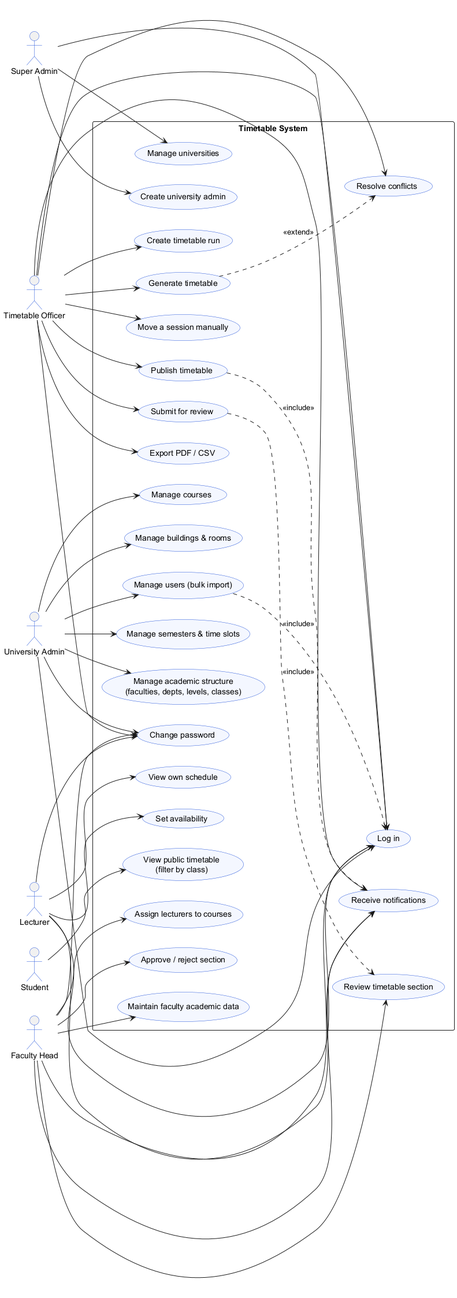
Above: docs/report/diagrams/usecase.png in Bradfordnfor/Final-Year-Project (PlantUML), before the change. Its diagram source:
```plantuml
@startuml usecase
left to right direction
skinparam shadowing false
skinparam packageStyle rectangle
skinparam actorBorderColor #1D4ED8
skinparam usecaseBorderColor #1D4ED8
skinparam usecaseBackgroundColor #F4F7FF

actor "Super Admin" as SA
actor "University Admin" as UA
actor "Faculty Head" as FH
actor "Timetable Officer" as TO
actor "Lecturer" as LE
actor "Student" as ST

rectangle "Timetable System" {

  usecase "Manage universities" as UC_uni
  usecase "Create university admin" as UC_uadmin

  usecase "Manage buildings & rooms" as UC_bld
  usecase "Manage users (bulk import)" as UC_users
  usecase "Manage semesters & time slots" as UC_sem
  usecase "Manage academic structure\n(faculties, depts, levels, classes)" as UC_struct
  usecase "Manage courses" as UC_course

  usecase "Maintain faculty academic data" as UC_facdata
  usecase "Assign lecturers to courses" as UC_assign
  usecase "Review timetable section" as UC_review
  usecase "Approve / reject section" as UC_approve

  usecase "Create timetable run" as UC_run
  usecase "Generate timetable" as UC_gen
  usecase "Resolve conflicts" as UC_conf
  usecase "Move a session manually" as UC_move
  usecase "Submit for review" as UC_submit
  usecase "Publish timetable" as UC_pub
  usecase "Export PDF / CSV" as UC_export

  usecase "Set availability" as UC_avail
  usecase "View own schedule" as UC_own

  usecase "View public timetable\n(filter by class)" as UC_public

  usecase "Log in" as UC_login
  usecase "Change password" as UC_pwd
  usecase "Receive notifications" as UC_notif
}

SA --> UC_uni
SA --> UC_uadmin

UA --> UC_bld
UA --> UC_users
UA --> UC_sem
UA --> UC_struct
UA --> UC_course

FH --> UC_facdata
FH --> UC_assign
FH --> UC_review
FH --> UC_approve

TO --> UC_run
TO --> UC_gen
TO --> UC_conf
TO --> UC_move
TO --> UC_submit
TO --> UC_pub
TO --> UC_export

LE --> UC_avail
LE --> UC_own

ST --> UC_public

UA --> UC_login
FH --> UC_login
TO --> UC_login
LE --> UC_login
SA --> UC_login
UA --> UC_pwd
FH --> UC_pwd
TO --> UC_pwd
LE --> UC_pwd
FH --> UC_notif
TO --> UC_notif
LE --> UC_notif

UC_gen ..> UC_conf : <<extend>>
UC_submit ..> UC_review : <<include>>
UC_pub ..> UC_notif : <<include>>
UC_users ..> UC_login : <<include>>

@enduml
```
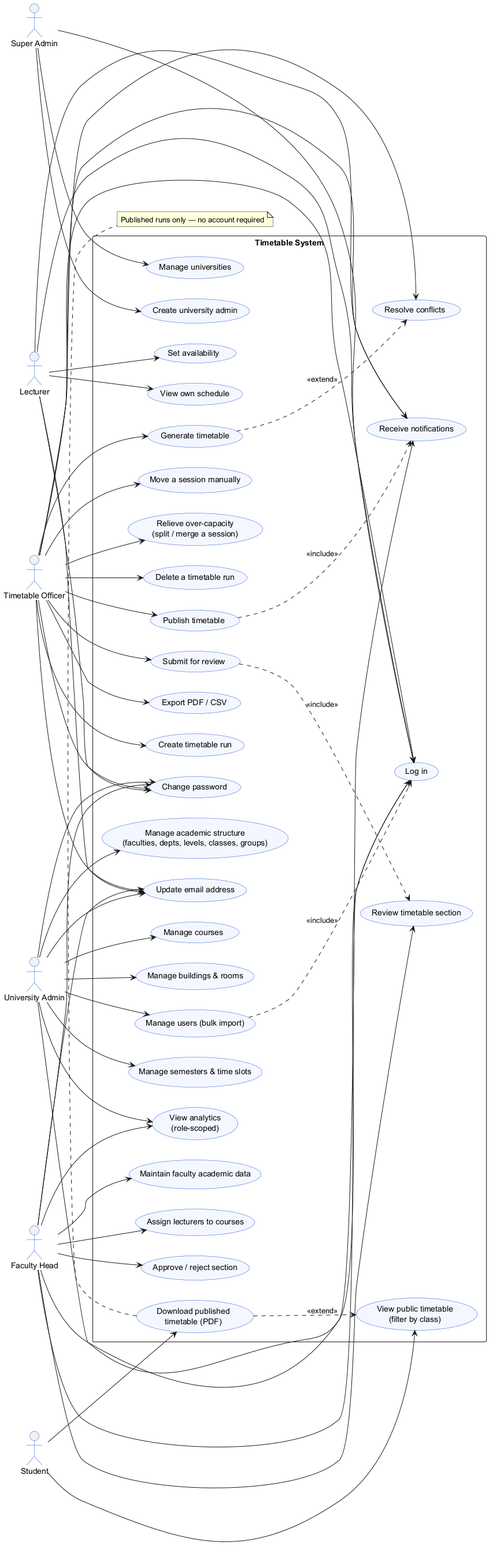
Above is the later version.

Diff of the diagram source:
```diff
@@ -21,7 +21,7 @@
   usecase "Manage buildings & rooms" as UC_bld
   usecase "Manage users (bulk import)" as UC_users
   usecase "Manage semesters & time slots" as UC_sem
-  usecase "Manage academic structure\n(faculties, depts, levels, classes)" as UC_struct
+  usecase "Manage academic structure\n(faculties, depts, levels, classes, groups)" as UC_struct
   usecase "Manage courses" as UC_course
 
   usecase "Maintain faculty academic data" as UC_facdata
@@ -29,10 +29,14 @@
   usecase "Review timetable section" as UC_review
   usecase "Approve / reject section" as UC_approve
 
+  usecase "View analytics\n(role-scoped)" as UC_analytics
+
   usecase "Create timetable run" as UC_run
   usecase "Generate timetable" as UC_gen
   usecase "Resolve conflicts" as UC_conf
   usecase "Move a session manually" as UC_move
+  usecase "Relieve over-capacity\n(split / merge a session)" as UC_relieve
+  usecase "Delete a timetable run" as UC_delrun
   usecase "Submit for review" as UC_submit
   usecase "Publish timetable" as UC_pub
   usecase "Export PDF / CSV" as UC_export
@@ -41,9 +45,11 @@
   usecase "View own schedule" as UC_own
 
   usecase "View public timetable\n(filter by class)" as UC_public
+  usecase "Download published\ntimetable (PDF)" as UC_pubdl
 
   usecase "Log in" as UC_login
   usecase "Change password" as UC_pwd
+  usecase "Update email address" as UC_email
   usecase "Receive notifications" as UC_notif
 }
 
@@ -55,16 +61,20 @@
 UA --> UC_sem
 UA --> UC_struct
 UA --> UC_course
+UA --> UC_analytics
 
 FH --> UC_facdata
 FH --> UC_assign
 FH --> UC_review
 FH --> UC_approve
+FH --> UC_analytics
 
 TO --> UC_run
 TO --> UC_gen
 TO --> UC_conf
 TO --> UC_move
+TO --> UC_relieve
+TO --> UC_delrun
 TO --> UC_submit
 TO --> UC_pub
 TO --> UC_export
@@ -73,16 +83,21 @@
 LE --> UC_own
 
 ST --> UC_public
+ST --> UC_pubdl
 
+SA --> UC_login
 UA --> UC_login
 FH --> UC_login
 TO --> UC_login
 LE --> UC_login
-SA --> UC_login
 UA --> UC_pwd
 FH --> UC_pwd
 TO --> UC_pwd
 LE --> UC_pwd
+UA --> UC_email
+FH --> UC_email
+TO --> UC_email
+LE --> UC_email
 FH --> UC_notif
 TO --> UC_notif
 LE --> UC_notif
@@ -91,5 +106,8 @@
 UC_submit ..> UC_review : <<include>>
 UC_pub ..> UC_notif : <<include>>
 UC_users ..> UC_login : <<include>>
+UC_pubdl ..> UC_public : <<extend>>
+
+note bottom of UC_pubdl : Published runs only — no account required
 
 @enduml
```
